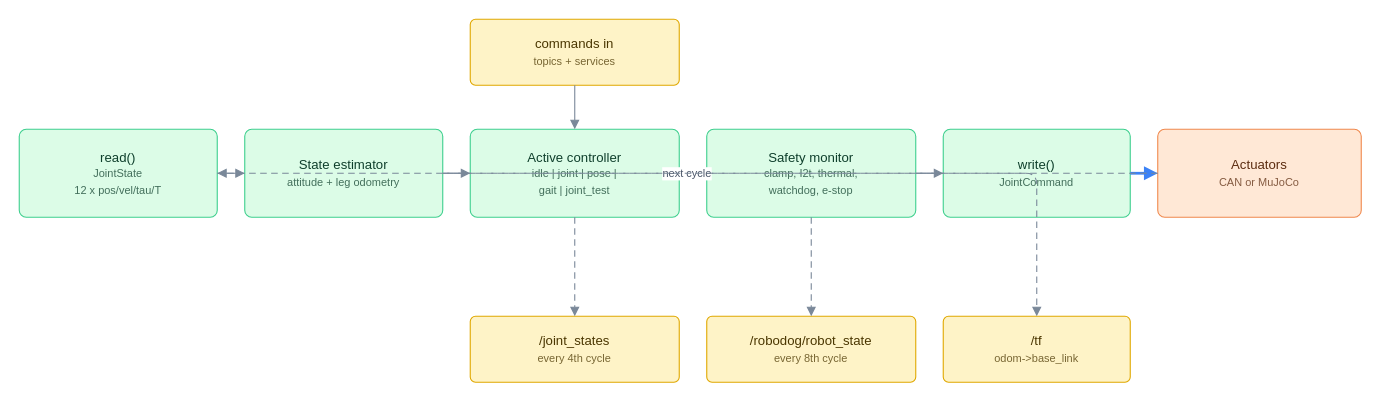
farouk15160/robodog keeps this draw.io diagram as docs/diagrams/data_flow.drawio. Above is the earlier version. Source tidied: cells renumbered, new cells numbered last; positions are measured from the earlier drawing's top-left corner, leaving out a move shared by most shapes. Both pictures are drawn from the tidied source at 110%, with x=0, y=0 at pixel (19, 19).
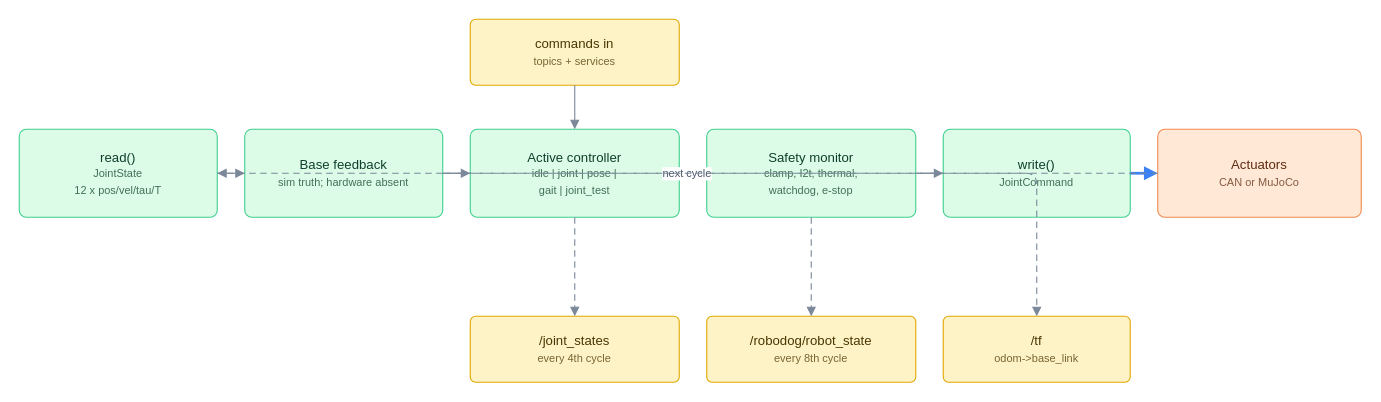
After the change.

What changed in the source:
```diff
@@
-    <mxCell id="3" value="State estimator&lt;br/&gt;&lt;font style='font-size:10px;opacity:0.75'&gt;attitude + leg odometry&lt;/font&gt;" style="rounded=1;whiteSpace=wrap;html=1;fillColor=#dcfce7;strokeColor=#3ecf8e;fontColor=#0f3f2c;fontFamily=Helvetica;fontSize=12;arcSize=8;verticalAlign=middle;align=center;spacing=4;" parent="1" vertex="1">
+    <mxCell id="3" value="Base feedback&lt;br/&gt;&lt;font style='font-size:10px;opacity:0.75'&gt;sim truth; hardware absent&lt;/font&gt;" style="rounded=1;whiteSpace=wrap;html=1;fillColor=#dcfce7;strokeColor=#3ecf8e;fontColor=#0f3f2c;fontFamily=Helvetica;fontSize=12;arcSize=8;verticalAlign=middle;align=center;spacing=4;" parent="1" vertex="1">
       <mxGeometry x="205" y="100" width="180" height="80" as="geometry" />
     </mxCell>
```
